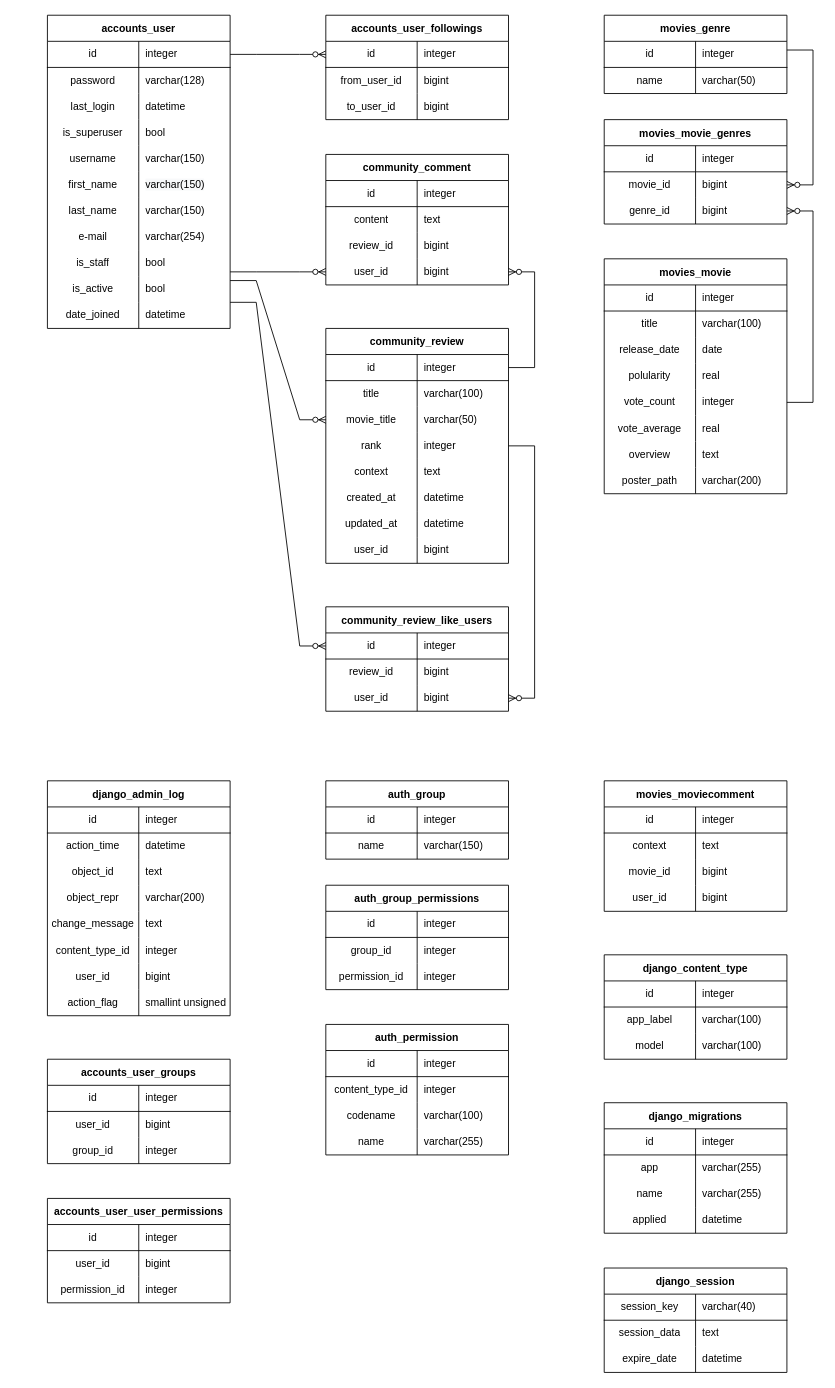
suhanchoi/FavMov keeps this draw.io diagram as finalpjt.drawio. Above is the earlier version. Source tidied: cells renumbered, new cells numbered last; positions are measured from the earlier drawing's top-left corner, leaving out a move shared by most shapes. Both pictures are drawn from the tidied source at 87%, with x=0, y=0 at pixel (47, 15).
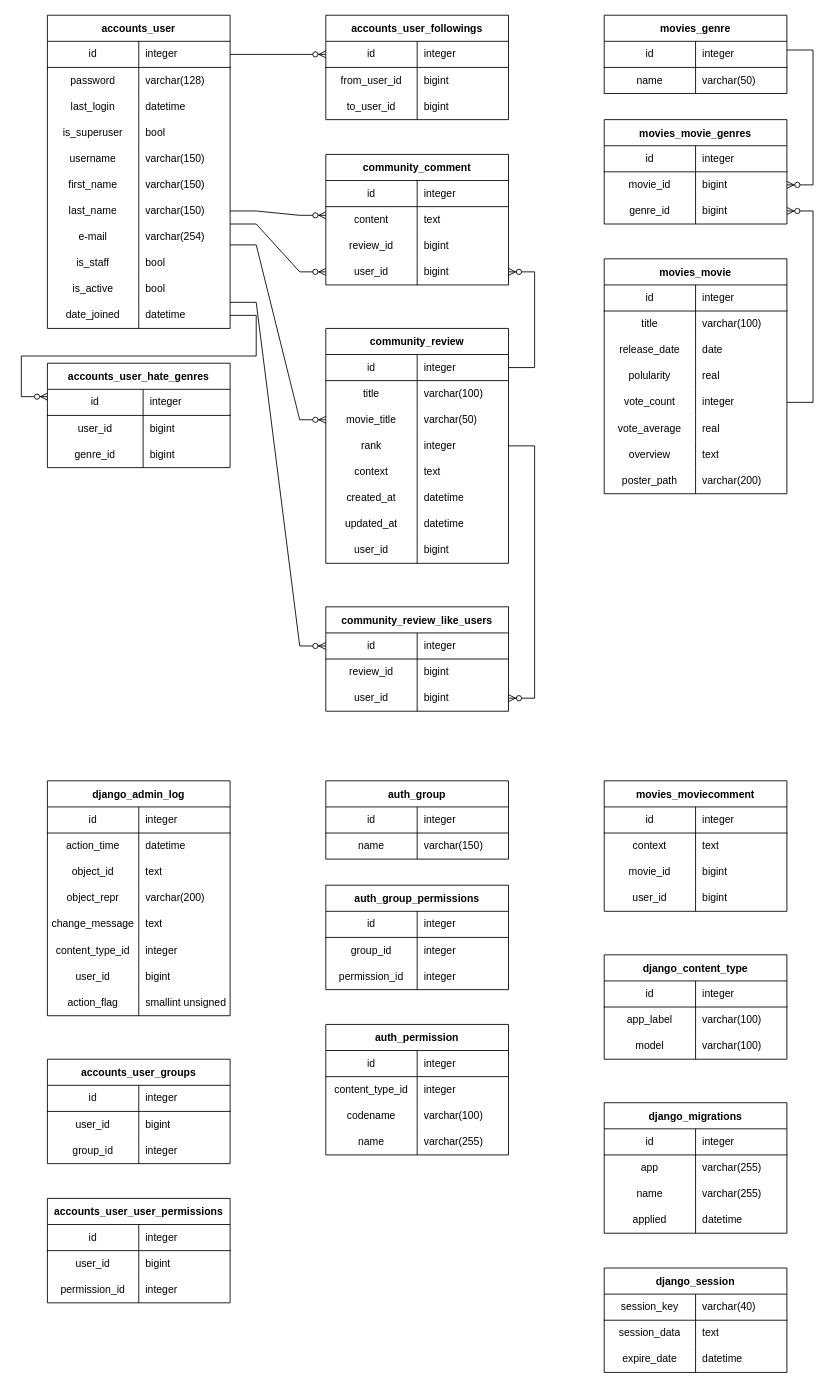
The same diagram, later.

The change refers to these unchanged cells:
```xml
<mxCell id="21" style="shape=partialRectangle;html=1;whiteSpace=wrap;fillColor=none;top=0;left=0;bottom=0;right=0;points=[[0,0.5],[1,0.5]];portConstraint=eastwest;" parent="2" vertex="1">
  <mxGeometry y="210" width="210" height="30" as="geometry" />
</mxCell>
<mxCell id="33" style="shape=partialRectangle;html=1;whiteSpace=wrap;fillColor=none;top=0;left=0;bottom=0;right=0;points=[[0,0.5],[1,0.5]];portConstraint=eastwest;" parent="2" vertex="1">
  <mxGeometry y="330" width="210" height="30" as="geometry" />
</mxCell>
<mxCell id="106" style="shape=partialRectangle;html=1;whiteSpace=wrap;fillColor=none;top=0;left=0;bottom=0;right=0;points=[[0,0.5],[1,0.5]];portConstraint=eastwest;" parent="96" vertex="1">
  <mxGeometry y="120" width="210" height="30" as="geometry" />
</mxCell>
<mxCell id="116" style="shape=partialRectangle;html=1;whiteSpace=wrap;fillColor=none;top=0;left=0;bottom=0;right=0;points=[[0,0.5],[1,0.5]];portConstraint=eastwest;" parent="109" vertex="1">
  <mxGeometry y="90" width="210" height="30" as="geometry" />
</mxCell>
```

Change to the diagram source:
```diff
@@
     <mxCell id="262" style="edgeStyle=entityRelationEdgeStyle;fontSize=12;html=1;endArrow=ERzeroToMany;endFill=1;rounded=0;strokeColor=default;entryX=0;entryY=0.5;entryDx=0;entryDy=0;" parent="1" edge="1" target="116">
       <mxGeometry relative="1" as="geometry">
-        <mxPoint x="210" y="305" as="sourcePoint" />
+        <mxPoint x="210" y="264" as="sourcePoint" />
       </mxGeometry>
     </mxCell>
     <mxCell id="263" style="edgeStyle=entityRelationEdgeStyle;fontSize=12;html=1;endArrow=ERzeroToMany;endFill=1;rounded=0;strokeColor=default;entryX=0;entryY=0.5;entryDx=0;entryDy=0;" parent="1" edge="1" target="106">
       <mxGeometry relative="1" as="geometry">
-        <mxPoint x="210" y="295" as="sourcePoint" />
+        <mxPoint x="210" y="240" as="sourcePoint" />
       </mxGeometry>
     </mxCell>
@@
+    <mxCell id="266" value="accounts_user_hate_genres" style="shape=table;startSize=30;childLayout=tableLayout;rowLines=0;fontStyle=1;align=center;" parent="1" vertex="1">
+      <mxGeometry y="400" width="210" height="120" as="geometry" />
+    </mxCell>
+    <mxCell id="267" style="shape=partialRectangle;html=1;whiteSpace=wrap;fillColor=none;top=0;left=0;bottom=1;right=0;" parent="266" vertex="1">
+      <mxGeometry y="30" width="210" height="30" as="geometry" />
+    </mxCell>
+    <mxCell id="268" value="id" style="shape=partialRectangle;html=1;whiteSpace=wrap;fillColor=none;top=0;left=0;bottom=0;right=0;overflow=hidden;" parent="267" vertex="1">
+      <mxGeometry width="110" height="30" as="geometry" />
+    </mxCell>
+    <mxCell id="269" value="integer" style="shape=partialRectangle;html=1;whiteSpace=wrap;fillColor=none;top=0;left=0;bottom=0;right=0;align=left;spacingLeft=6;overflow=hidden;" parent="267" vertex="1">
+      <mxGeometry x="110" width="100" height="30" as="geometry" />
+    </mxCell>
+    <mxCell id="270" style="shape=partialRectangle;html=1;whiteSpace=wrap;fillColor=none;top=0;left=0;bottom=0;right=0;" parent="266" vertex="1">
+      <mxGeometry y="60" width="210" height="30" as="geometry" />
+    </mxCell>
+    <mxCell id="271" value="user_id" style="shape=partialRectangle;html=1;whiteSpace=wrap;fillColor=none;top=0;left=0;bottom=0;right=0;overflow=hidden;" parent="270" vertex="1">
+      <mxGeometry width="110" height="30" as="geometry" />
+    </mxCell>
+    <mxCell id="272" value="bigint" style="shape=partialRectangle;html=1;whiteSpace=wrap;fillColor=none;top=0;left=0;bottom=0;right=0;align=left;spacingLeft=6;overflow=hidden;" parent="270" vertex="1">
+      <mxGeometry x="110" width="100" height="30" as="geometry" />
+    </mxCell>
+    <mxCell id="273" style="shape=partialRectangle;html=1;whiteSpace=wrap;fillColor=none;top=0;left=0;bottom=0;right=0;" parent="266" vertex="1">
+      <mxGeometry y="90" width="210" height="30" as="geometry" />
+    </mxCell>
+    <mxCell id="274" value="genre_id" style="shape=partialRectangle;html=1;whiteSpace=wrap;fillColor=none;top=0;left=0;bottom=0;right=0;overflow=hidden;" parent="273" vertex="1">
+      <mxGeometry width="110" height="30" as="geometry" />
+    </mxCell>
+    <mxCell id="275" value="bigint" style="shape=partialRectangle;html=1;whiteSpace=wrap;fillColor=none;top=0;left=0;bottom=0;right=0;align=left;spacingLeft=6;overflow=hidden;" parent="273" vertex="1">
+      <mxGeometry x="110" width="100" height="30" as="geometry" />
+    </mxCell>
+    <mxCell id="276" style="edgeStyle=entityRelationEdgeStyle;fontSize=12;html=1;endArrow=ERzeroToMany;endFill=1;rounded=0;exitX=1;exitY=0.5;exitDx=0;exitDy=0;" parent="1" edge="1" source="21">
+      <mxGeometry relative="1" as="geometry">
+        <mxPoint x="320" y="230" as="targetPoint" />
+      </mxGeometry>
+    </mxCell>
+    <mxCell id="277" style="edgeStyle=entityRelationEdgeStyle;fontSize=12;html=1;endArrow=ERzeroToMany;endFill=1;rounded=0;exitX=1;exitY=0.5;exitDx=0;exitDy=0;" parent="1" edge="1" source="33">
+      <mxGeometry relative="1" as="geometry">
+        <mxPoint y="438.4" as="targetPoint" />
+      </mxGeometry>
+    </mxCell>
```
